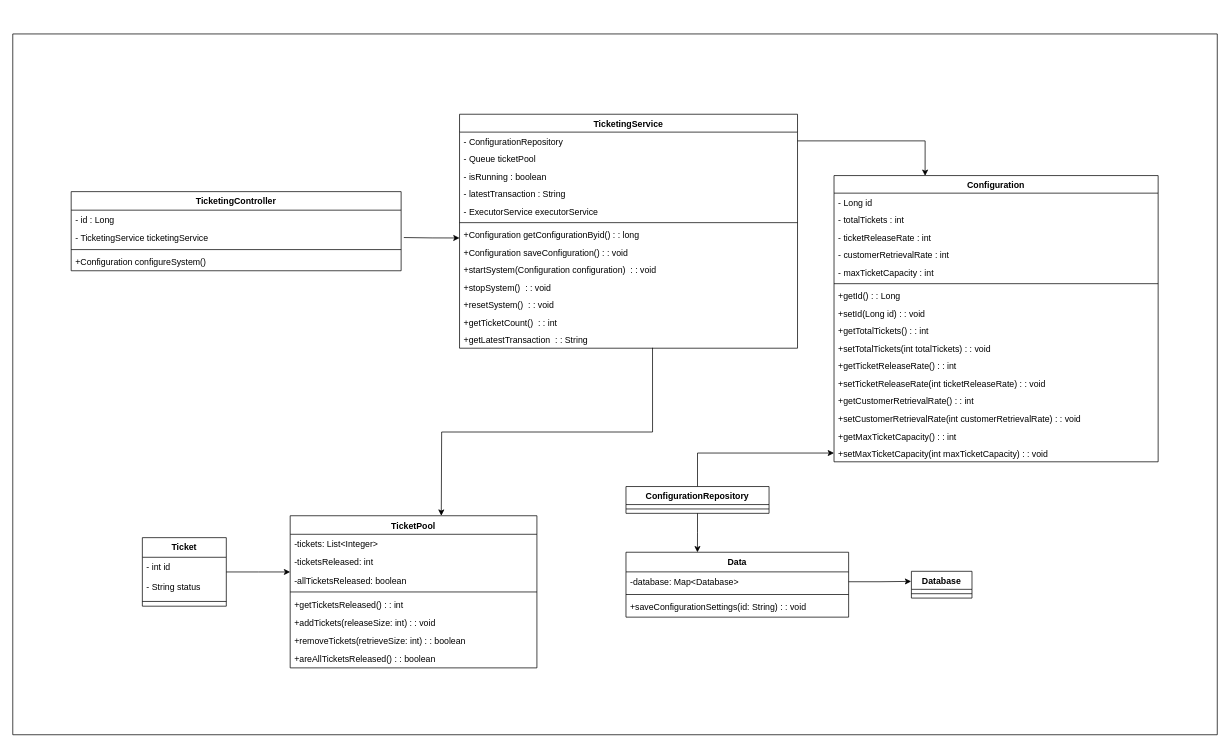
Before: TMS Class Diagram.drawio in ShenalSen/Real-Time-Event-Ticketing-System-with-Advanced-Producer-Consumer-Implementation, a draw.io diagram. Source tidied: cells renumbered, new cells numbered last; positions are measured from the earlier drawing's top-left corner, leaving out a move shared by most shapes. Both pictures are drawn from the tidied source at 73%, with x=0, y=0 at pixel (12, 34).
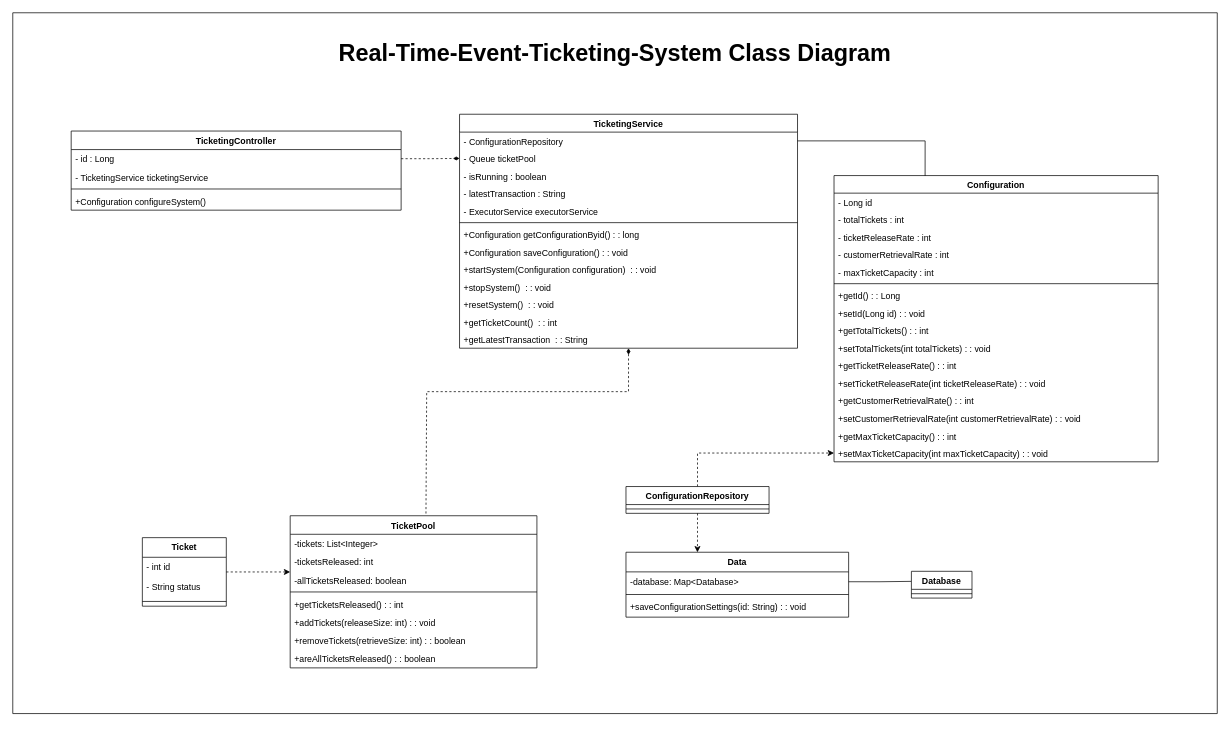
The same page after the edit.

Unchanged cells that the change refers to:
```xml
<mxCell id="3" value="- id : Long " style="text;strokeColor=none;fillColor=none;align=left;verticalAlign=top;spacingLeft=4;spacingRight=4;overflow=hidden;points=[[0,0.5],[1,0.5]];portConstraint=eastwest;" parent="2" vertex="1">
  <mxGeometry y="25.4" width="452" height="25" as="geometry" />
</mxCell>
<mxCell id="7" value="Configuration" style="swimlane;fontStyle=1;align=center;verticalAlign=top;horizontal=1;startSize=24.087499618530273;" parent="1" vertex="1">
  <mxGeometry x="1125" y="194" width="444" height="392.1" as="geometry" />
</mxCell>
<mxCell id="23" value="+setMaxTicketCapacity(int maxTicketCapacity) : : void" style="text;strokeColor=none;fillColor=none;align=left;verticalAlign=top;spacingLeft=4;spacingRight=4;overflow=hidden;points=[[0,0.5],[1,0.5]];portConstraint=eastwest;" parent="7" vertex="1">
  <mxGeometry y="368.1" width="444" height="24" as="geometry" />
</mxCell>
<mxCell id="24" value="Ticket" style="swimlane;fontStyle=1;align=center;verticalAlign=top;horizontal=1;startSize=26.91428484235491;" parent="1" vertex="1">
  <mxGeometry x="177.5" y="690" width="115" height="93.9" as="geometry" />
</mxCell>
<mxCell id="28" value="TicketingService" style="swimlane;fontStyle=1;align=center;verticalAlign=top;horizontal=1;startSize=24.47692401592548;" parent="1" vertex="1">
  <mxGeometry x="612" y="110" width="463" height="320.5" as="geometry" />
</mxCell>
<mxCell id="29" value="- ConfigurationRepository " style="text;strokeColor=none;fillColor=none;align=left;verticalAlign=top;spacingLeft=4;spacingRight=4;overflow=hidden;points=[[0,0.5],[1,0.5]];portConstraint=eastwest;" parent="28" vertex="1">
  <mxGeometry y="24.5" width="463" height="24" as="geometry" />
</mxCell>
<mxCell id="30" value="- Queue ticketPool" style="text;strokeColor=none;fillColor=none;align=left;verticalAlign=top;spacingLeft=4;spacingRight=4;overflow=hidden;points=[[0,0.5],[1,0.5]];portConstraint=eastwest;" parent="28" vertex="1">
  <mxGeometry y="48.5" width="463" height="24" as="geometry" />
</mxCell>
<mxCell id="41" value="+getLatestTransaction  : : String" style="text;strokeColor=none;fillColor=none;align=left;verticalAlign=top;spacingLeft=4;spacingRight=4;overflow=hidden;points=[[0,0.5],[1,0.5]];portConstraint=eastwest;" parent="28" vertex="1">
  <mxGeometry y="296.5" width="463" height="24" as="geometry" />
</mxCell>
<mxCell id="43" value="ConfigurationRepository" style="swimlane;fontStyle=1;align=center;verticalAlign=top;horizontal=1;startSize=24.700000762939453;" parent="1" vertex="1">
  <mxGeometry x="840" y="620" width="196" height="36.7" as="geometry" />
</mxCell>
<mxCell id="54" value="Data" style="swimlane;fontStyle=1;align=center;verticalAlign=top;horizontal=1;startSize=26.899998982747395;" parent="1" vertex="1">
  <mxGeometry x="840" y="710" width="305" height="88.9" as="geometry" />
</mxCell>
<mxCell id="55" value="-database: Map&lt;Database&gt;" style="text;strokeColor=none;fillColor=none;align=left;verticalAlign=top;spacingLeft=4;spacingRight=4;overflow=hidden;points=[[0,0.5],[1,0.5]];portConstraint=eastwest;" parent="54" vertex="1">
  <mxGeometry y="26.9" width="305" height="27" as="geometry" />
</mxCell>
<mxCell id="61" value="Database" style="swimlane;fontStyle=1;align=center;verticalAlign=top;horizontal=1;startSize=24.700000762939453;" parent="1" vertex="1">
  <mxGeometry x="1231" y="736.1" width="83" height="36.7" as="geometry" />
</mxCell>
```

Diff of the diagram source:
```diff
@@
     <mxCell id="2" value="TicketingController" style="swimlane;fontStyle=1;align=center;verticalAlign=top;horizontal=1;startSize=25.400000678168404;" parent="1" vertex="1">
-      <mxGeometry x="80" y="216" width="452" height="108.4" as="geometry" />
+      <mxGeometry x="80" y="133" width="452" height="108.4" as="geometry" />
     </mxCell>
@@
-    <mxCell id="42" style="edgeStyle=orthogonalEdgeStyle;rounded=0;jettySize=auto;html=1;entryX=0;entryY=0.5;entryDx=0;entryDy=0;" parent="1" edge="1" source="43" target="23">
+    <mxCell id="42" style="edgeStyle=orthogonalEdgeStyle;rounded=0;jettySize=auto;html=1;entryX=0;entryY=0.5;entryDx=0;entryDy=0;dashed=1;" parent="1" edge="1" source="43" target="23">
       <mxGeometry relative="1" as="geometry" />
     </mxCell>
@@
-    <mxCell id="58" style="edgeStyle=orthogonalEdgeStyle;rounded=0;jettySize=auto;html=1;exitX=0.571;exitY=0.977;exitDx=0;exitDy=0;exitPerimeter=0;" parent="1" edge="1" source="41">
-      <mxGeometry relative="1" as="geometry">
-        <mxPoint x="587" y="660" as="targetPoint" />
-      </mxGeometry>
-    </mxCell>
-    <mxCell id="59" style="edgeStyle=orthogonalEdgeStyle;rounded=0;jettySize=auto;html=1;" parent="1" edge="1" source="24">
+    <mxCell id="59" style="edgeStyle=orthogonalEdgeStyle;rounded=0;jettySize=auto;html=1;dashed=1;" parent="1" edge="1" source="24">
       <mxGeometry relative="1" as="geometry">
         <mxPoint x="380" y="737" as="targetPoint" />
       </mxGeometry>
     </mxCell>
-    <mxCell id="60" style="edgeStyle=orthogonalEdgeStyle;rounded=0;jettySize=auto;html=1;entryX=0.281;entryY=0.001;entryDx=0;entryDy=0;entryPerimeter=0;" parent="1" edge="1" source="29" target="7">
+    <mxCell id="60" style="edgeStyle=orthogonalEdgeStyle;rounded=0;jettySize=auto;html=1;entryX=0.281;entryY=0.001;entryDx=0;entryDy=0;entryPerimeter=0;endArrow=none;endFill=0;" parent="1" edge="1" source="29" target="7">
       <mxGeometry relative="1" as="geometry" />
     </mxCell>
@@
-    <mxCell id="63" style="edgeStyle=orthogonalEdgeStyle;rounded=0;orthogonalLoop=1;jettySize=auto;html=1;entryX=-0.008;entryY=0.71;entryDx=0;entryDy=0;entryPerimeter=0;" parent="1" edge="1">
-      <mxGeometry relative="1" as="geometry">
-        <mxPoint x="535.7" y="278.9" as="sourcePoint" />
-        <mxPoint x="612" y="279.5" as="targetPoint" />
-      </mxGeometry>
-    </mxCell>
-    <mxCell id="64" style="edgeStyle=orthogonalEdgeStyle;rounded=0;jettySize=auto;html=1;entryX=0.321;entryY=0.001;entryDx=0;entryDy=0;entryPerimeter=0;" parent="1" edge="1" source="43" target="54">
+    <mxCell id="64" style="edgeStyle=orthogonalEdgeStyle;rounded=0;jettySize=auto;html=1;entryX=0.321;entryY=0.001;entryDx=0;entryDy=0;entryPerimeter=0;dashed=1;" parent="1" edge="1" source="43" target="54">
       <mxGeometry relative="1" as="geometry" />
     </mxCell>
-    <mxCell id="65" style="edgeStyle=orthogonalEdgeStyle;rounded=0;jettySize=auto;html=1;entryX=-0.004;entryY=0.376;entryDx=0;entryDy=0;entryPerimeter=0;" parent="1" edge="1" source="55" target="61">
+    <mxCell id="65" style="edgeStyle=orthogonalEdgeStyle;rounded=0;jettySize=auto;html=1;entryX=-0.004;entryY=0.376;entryDx=0;entryDy=0;entryPerimeter=0;endArrow=none;endFill=0;" parent="1" edge="1" source="55" target="61">
       <mxGeometry relative="1" as="geometry" />
     </mxCell>
     <mxCell id="66" style="swimlane;startSize=0;" parent="1" vertex="1">
-      <mxGeometry width="1650" height="960" as="geometry" />
+      <mxGeometry y="-29" width="1650" height="960" as="geometry" />
     </mxCell>
+    <mxCell id="67" value="&lt;h1 style=&quot;margin-top: 0px;&quot;&gt;&lt;font style=&quot;font-size: 32px;&quot;&gt;Real-Time-Event-Ticketing-System Class Diagram&lt;/font&gt;&lt;/h1&gt;" style="text;html=1;whiteSpace=wrap;overflow=hidden;rounded=0;align=center;" parent="66" vertex="1">
+      <mxGeometry x="225" y="29" width="1200" height="51" as="geometry" />
+    </mxCell>
+    <mxCell id="68" style="edgeStyle=orthogonalEdgeStyle;rounded=0;jettySize=auto;html=1;startArrow=diamondThin;startFill=1;endArrow=none;endFill=0;dashed=1;" parent="1" edge="1" source="28">
+      <mxGeometry relative="1" as="geometry">
+        <mxPoint x="566" y="660" as="targetPoint" />
+        <Array as="points">
+          <mxPoint x="844" y="490" />
+          <mxPoint x="567" y="490" />
+          <mxPoint x="567" y="660" />
+        </Array>
+      </mxGeometry>
+    </mxCell>
+    <mxCell id="69" style="edgeStyle=orthogonalEdgeStyle;rounded=0;jettySize=auto;html=1;endArrow=diamondThin;endFill=1;dashed=1;startArrow=none;startFill=0;" parent="1" edge="1" source="3" target="30">
+      <mxGeometry relative="1" as="geometry" />
+    </mxCell>
```
